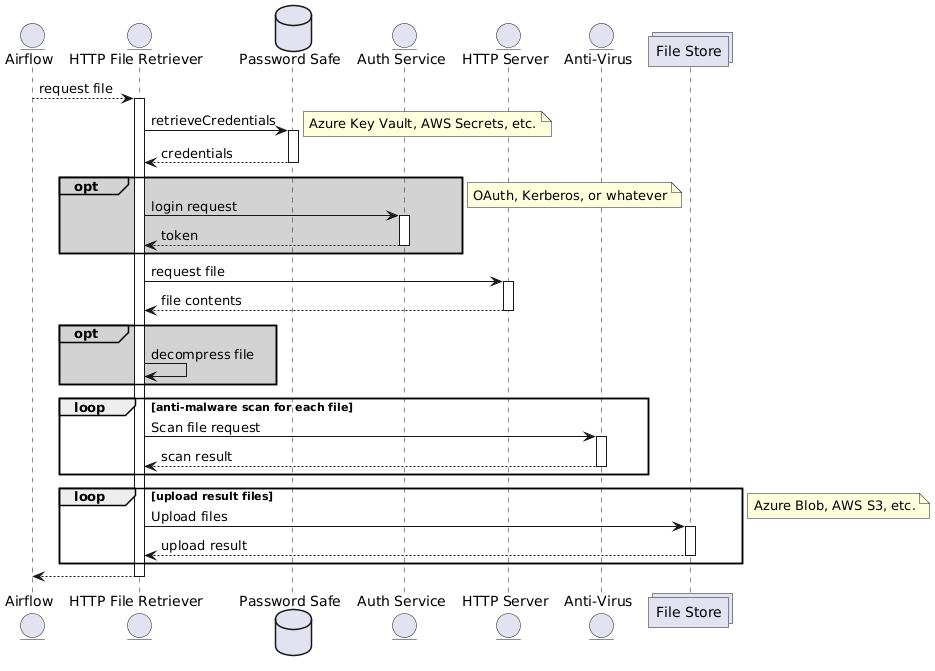
Above: interaction-diagram.png in perry2of5/http-file-rtrvr (PlantUML), before the change.
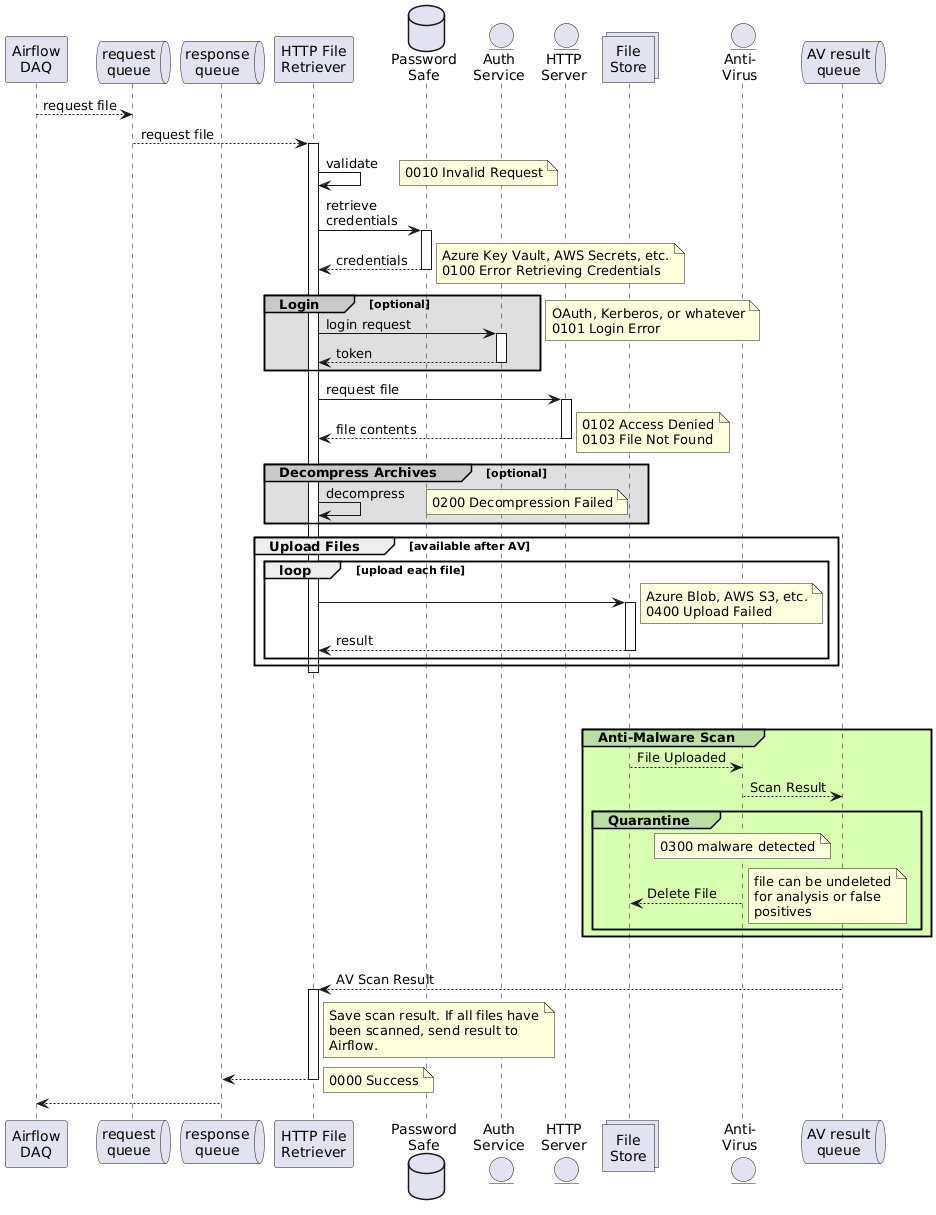
Later version of the same file.

Change to the diagram source:
```diff
@@ -1,48 +1,98 @@
 @startuml
-entity      Airflow               as airflow
-entity      "HTTP File Retriever" as fileRtrvr
-database    "Password Safe"       as credStore
-entity      "Auth Service"        as authSvc
-entity      "HTTP Server"         as target
-entity      "Anti-Virus"          as av
-collections "File Store" as s3
+participant "Airflow\nDAQ"             as airflow
+queue       "request\nqueue"           as req
+queue       "response\nqueue"          as rsp
+participant "HTTP File\nRetriever"     as fileRtrvr
+database    "Password\nSafe"           as credStore
+entity      "Auth\nService"            as authSvc
+entity      "HTTP\nServer"             as target
+collections "File\nStore"              as s3
+entity      "Anti-\nVirus"             as av
+queue       "AV result\nqueue"         as avRes
 
-airflow --> fileRtrvr: request file
+airflow --> req: request file
+req --> fileRtrvr: request file
+activate fileRtrvr
 
-activate fileRtrvr
+fileRtrvr -> fileRtrvr: validate
+note right: 0010 Invalid Request
+
 autoactivate on
+fileRtrvr -> credStore: retrieve\ncredentials
+return credentials
+note right
+Azure Key Vault, AWS Secrets, etc.
+0100 Error Retrieving Credentials
+end note
 
-fileRtrvr -> credStore: retrieveCredentials
-note right: Azure Key Vault, AWS Secrets, etc.
-return credentials
 
-opt#lightgray #lightgray
+group#C9C9C9 #DFDFDF Login [optional]
     fileRtrvr -> authSvc: login request
     return token
 end
-note right: OAuth, Kerberos, or whatever
+note right
+OAuth, Kerberos, or whatever
+0101 Login Error
+end note
+
 
 fileRtrvr -> target: request file
 return file contents
+note right
+0102 Access Denied
+0103 File Not Found
+end note
 
-opt#lightgray #lightgray
+
+group#C9C9C9 #DFDFDF Decompress Archives [optional]
     autoactivate off
-    fileRtrvr -> fileRtrvr: decompress file
+    fileRtrvr -> fileRtrvr: decompress
+    note right: 0200 Decompression Failed
     autoactivate on
 end
 
-loop anti-malware scan for each file
-    fileRtrvr -> av: Scan file request
-    return scan result
+group Upload Files [available after AV]
+    loop upload each file
+        fileRtrvr -> s3
+        note right
+            Azure Blob, AWS S3, etc.
+            0400 Upload Failed
+        end note
+        return result
+    end
+end
+deactivate fileRtrvr
+
+|||
+|||
+
+autoactivate off
+group#b9dFa3 #d9ffb3 Anti-Malware Scan
+    s3 --> av: File Uploaded
+    av --> avRes: Scan Result
+    group#b9dFa3 #d9ffb3 Quarantine
+        note over av: 0300 malware detected
+        av --> s3: Delete File
+        note right
+        file can be undeleted
+        for analysis or false
+        positives
+    end note
+    end
 end
 
-loop upload result files
-    fileRtrvr -> s3: Upload files
-    return upload result
-end
-note right: Azure Blob, AWS S3, etc.
+|||
 
-return
+avRes --> fileRtrvr: AV Scan Result
+activate fileRtrvr
+autoactivate on
+note right fileRtrvr: Save scan result. If all files have\nbeen scanned, send result to\nAirflow.
+
+
+fileRtrvr --> rsp
+deactivate fileRtrvr
+note right: 0000 Success
+rsp --> airflow
 
 deactivate fileRtrvr
 @enduml
```
